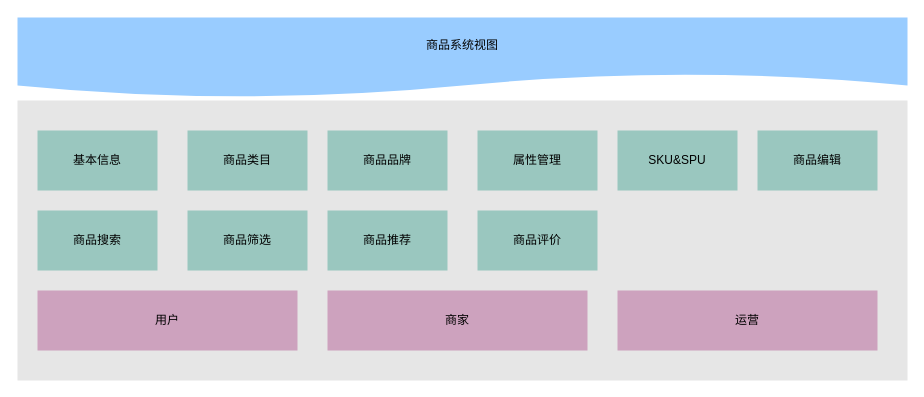
ab-doc/draw.io keeps this draw.io diagram as page "商品" (2 of 8) of src/dragon.drawio. Above is the earlier version. Source tidied: cells renumbered, new cells numbered last; positions are measured from the earlier drawing's top-left corner, leaving out a move shared by most shapes. Both pictures are drawn from the tidied source at 100%, with x=0, y=0 at pixel (17, 17).
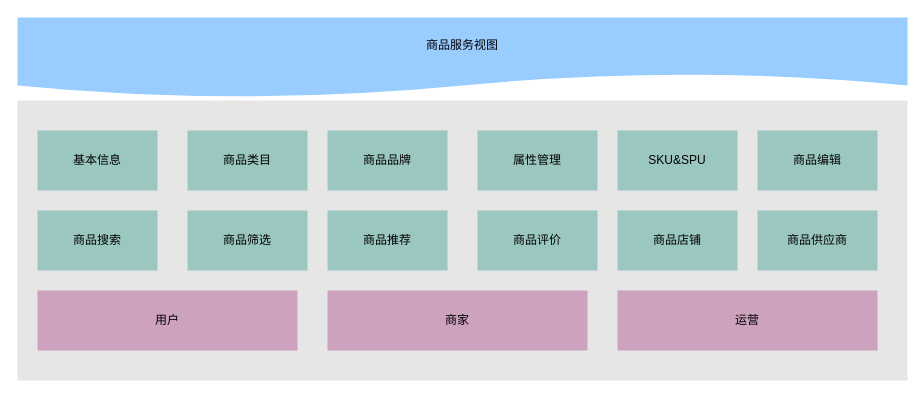
After the change.

The edit, as a diff of the source:
```diff
@@
 <mxGraphModel>
   <root>
     <mxCell id="0" />
     <mxCell id="1" parent="0" />
     <mxCell id="2" style="group;" parent="1" vertex="1">
       <mxGeometry width="890" height="363" as="geometry" />
     </mxCell>
-    <mxCell id="3" value="商品系统视图" style="shape=document;whiteSpace=wrap;html=1;boundedLbl=1;rounded=0;fillColor=#99CCFF;strokeColor=none;" parent="2" vertex="1">
+    <mxCell id="3" value="商品服务视图" style="shape=document;whiteSpace=wrap;html=1;boundedLbl=1;rounded=0;fillColor=#99CCFF;strokeColor=none;" parent="2" vertex="1">
       <mxGeometry width="890" height="80" as="geometry" />
     </mxCell>
     <mxCell id="4" style="rounded=0;whiteSpace=wrap;html=1;fillColor=#E6E6E6;strokeColor=none;" parent="2" vertex="1">
       <mxGeometry y="83" width="890" height="280" as="geometry" />
     </mxCell>
     <mxCell id="5" value="基本信息" style="rounded=0;whiteSpace=wrap;html=1;fillColor=#9AC7BF;strokeColor=none;" parent="2" vertex="1">
       <mxGeometry x="20" y="113" width="120" height="60" as="geometry" />
     </mxCell>
     <mxCell id="6" value="商品类目" style="rounded=0;whiteSpace=wrap;html=1;fillColor=#9AC7BF;strokeColor=none;" parent="2" vertex="1">
       <mxGeometry x="170" y="113" width="120" height="60" as="geometry" />
     </mxCell>
     <mxCell id="7" value="商品品牌" style="rounded=0;whiteSpace=wrap;html=1;fillColor=#9AC7BF;strokeColor=none;" parent="2" vertex="1">
       <mxGeometry x="310" y="113" width="120" height="60" as="geometry" />
     </mxCell>
     <mxCell id="8" value="属性管理" style="rounded=0;whiteSpace=wrap;html=1;fillColor=#9AC7BF;strokeColor=none;" parent="2" vertex="1">
       <mxGeometry x="460" y="113" width="120" height="60" as="geometry" />
     </mxCell>
     <mxCell id="9" value="SKU&amp;amp;SPU" style="rounded=0;whiteSpace=wrap;html=1;fillColor=#9AC7BF;strokeColor=none;" parent="2" vertex="1">
       <mxGeometry x="600" y="113" width="120" height="60" as="geometry" />
     </mxCell>
     <mxCell id="10" value="商品编辑" style="rounded=0;whiteSpace=wrap;html=1;fillColor=#9AC7BF;strokeColor=none;" parent="2" vertex="1">
       <mxGeometry x="740" y="113" width="120" height="60" as="geometry" />
     </mxCell>
     <mxCell id="11" value="商品搜索" style="rounded=0;whiteSpace=wrap;html=1;fillColor=#9AC7BF;strokeColor=none;" parent="2" vertex="1">
       <mxGeometry x="20" y="193" width="120" height="60" as="geometry" />
     </mxCell>
     <mxCell id="12" value="商品筛选" style="rounded=0;whiteSpace=wrap;html=1;fillColor=#9AC7BF;strokeColor=none;" parent="2" vertex="1">
       <mxGeometry x="170" y="193" width="120" height="60" as="geometry" />
     </mxCell>
     <mxCell id="13" value="商品推荐" style="rounded=0;whiteSpace=wrap;html=1;fillColor=#9AC7BF;strokeColor=none;" parent="2" vertex="1">
       <mxGeometry x="310" y="193" width="120" height="60" as="geometry" />
     </mxCell>
     <mxCell id="14" value="商品评价" style="rounded=0;whiteSpace=wrap;html=1;fillColor=#9AC7BF;strokeColor=none;" parent="2" vertex="1">
       <mxGeometry x="460" y="193" width="120" height="60" as="geometry" />
     </mxCell>
     <mxCell id="15" value="用户" style="rounded=0;whiteSpace=wrap;html=1;fillColor=#CDA2BE;strokeColor=none;" parent="2" vertex="1">
       <mxGeometry x="20" y="273" width="260" height="60" as="geometry" />
     </mxCell>
     <mxCell id="16" value="商家" style="rounded=0;whiteSpace=wrap;html=1;fillColor=#CDA2BE;strokeColor=none;" parent="2" vertex="1">
       <mxGeometry x="310" y="273" width="260" height="60" as="geometry" />
     </mxCell>
     <mxCell id="17" value="运营" style="rounded=0;whiteSpace=wrap;html=1;fillColor=#CDA2BE;strokeColor=none;" parent="2" vertex="1">
       <mxGeometry x="600" y="273" width="260" height="60" as="geometry" />
     </mxCell>
+    <mxCell id="18" value="商品店铺" style="rounded=0;whiteSpace=wrap;html=1;fillColor=#9AC7BF;strokeColor=none;" parent="2" vertex="1">
+      <mxGeometry x="600" y="193" width="120" height="60" as="geometry" />
+    </mxCell>
+    <mxCell id="19" value="商品供应商" style="rounded=0;whiteSpace=wrap;html=1;fillColor=#9AC7BF;strokeColor=none;" parent="2" vertex="1">
+      <mxGeometry x="740" y="193" width="120" height="60" as="geometry" />
+    </mxCell>
   </root>
 </mxGraphModel>
```
